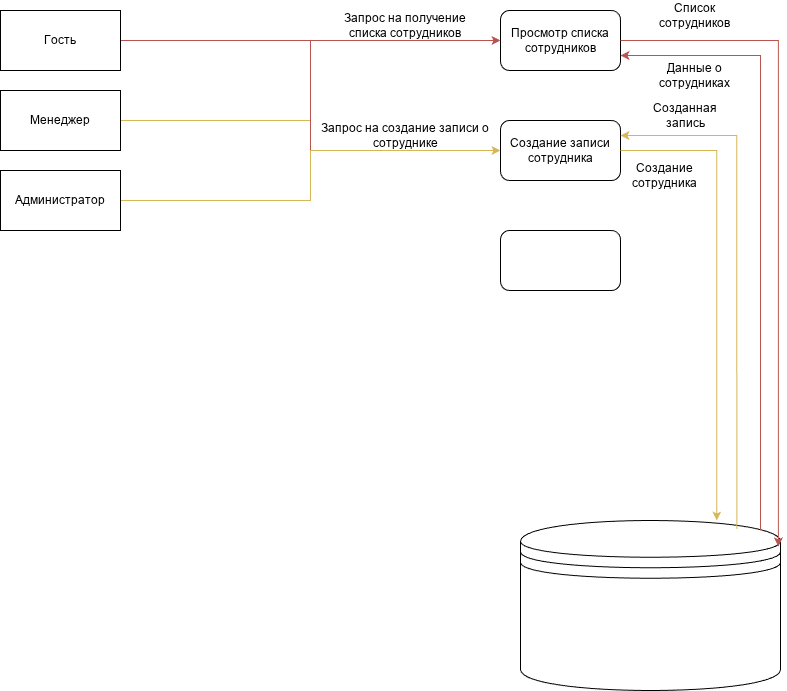
The draw.io diagram DFD-1.png in navi4351/examPM01, before a commit. Source tidied: cells renumbered, new cells last; positions are measured from the earlier drawing's top-left corner, leaving out a move shared by most shapes.
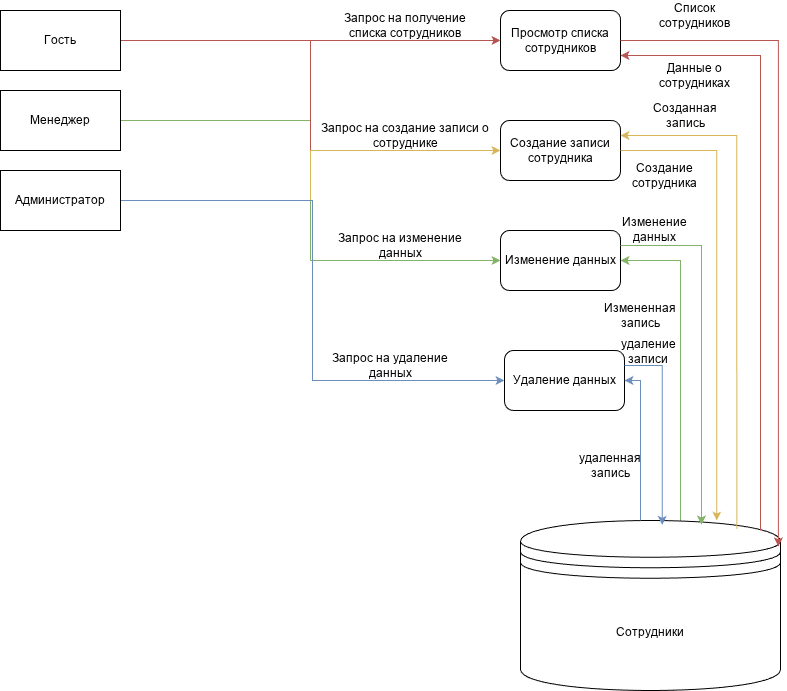
The same file after the commit.

Diff of the diagram source:
```diff
@@ -11,7 +11,7 @@
     <mxCell id="4" value="Просмотр списка сотрудников" style="rounded=1;whiteSpace=wrap;html=1;" parent="1" vertex="1">
       <mxGeometry x="500" y="10" width="120" height="60" as="geometry" />
     </mxCell>
-    <mxCell id="5" style="shape=datastore;whiteSpace=wrap;html=1;" parent="1" vertex="1">
+    <mxCell id="5" value="Сотрудники" style="shape=datastore;whiteSpace=wrap;html=1;" parent="1" vertex="1">
       <mxGeometry x="520" y="520" width="260" height="170" as="geometry" />
     </mxCell>
     <mxCell id="6" style="edgeStyle=orthogonalEdgeStyle;rounded=0;jettySize=auto;html=1;entryX=0.992;entryY=0.153;entryDx=0;entryDy=0;entryPerimeter=0;fillColor=#f8cecc;strokeColor=#b85450;" parent="1" edge="1" source="4" target="5">
@@ -30,6 +30,9 @@
     <mxCell id="9" style="edgeStyle=orthogonalEdgeStyle;rounded=0;jettySize=auto;html=1;entryX=0;entryY=0.5;entryDx=0;entryDy=0;fillColor=#fff2cc;strokeColor=#d6b656;" parent="1" edge="1" source="10" target="14">
       <mxGeometry relative="1" as="geometry" />
     </mxCell>
+    <mxCell id="24" style="edgeStyle=orthogonalEdgeStyle;rounded=0;jettySize=auto;html=1;entryX=0;entryY=0.5;entryDx=0;entryDy=0;fillColor=#d5e8d4;strokeColor=#82b366;" parent="1" edge="1" source="10" target="23">
+      <mxGeometry relative="1" as="geometry" />
+    </mxCell>
     <mxCell id="10" value="Менеджер" style="rounded=0;whiteSpace=wrap;html=1;" parent="1" vertex="1">
       <mxGeometry y="90" width="120" height="60" as="geometry" />
     </mxCell>
@@ -39,6 +42,12 @@
     <mxCell id="12" style="edgeStyle=orthogonalEdgeStyle;rounded=0;jettySize=auto;html=1;entryX=0;entryY=0.5;entryDx=0;entryDy=0;fillColor=#fff2cc;strokeColor=#d6b656;" parent="1" edge="1" source="13" target="14">
       <mxGeometry relative="1" as="geometry" />
     </mxCell>
+    <mxCell id="25" style="edgeStyle=orthogonalEdgeStyle;rounded=0;jettySize=auto;html=1;fillColor=#d5e8d4;strokeColor=#82b366;" parent="1" edge="1" source="13" target="23">
+      <mxGeometry relative="1" as="geometry" />
+    </mxCell>
+    <mxCell id="26" style="edgeStyle=orthogonalEdgeStyle;rounded=0;jettySize=auto;html=1;entryX=0;entryY=0.5;entryDx=0;entryDy=0;fillColor=#dae8fc;strokeColor=#6c8ebf;" parent="1" edge="1" source="13" target="32">
+      <mxGeometry relative="1" as="geometry" />
+    </mxCell>
     <mxCell id="13" value="Администратор" style="rounded=0;whiteSpace=wrap;html=1;" parent="1" vertex="1">
       <mxGeometry y="170" width="120" height="60" as="geometry" />
     </mxCell>
@@ -78,8 +87,51 @@
     <mxCell id="22" value="Созданная запись" style="text;html=1;whiteSpace=wrap;strokeColor=none;fillColor=none;align=center;verticalAlign=middle;rounded=0;" parent="1" vertex="1">
       <mxGeometry x="640" y="100" width="90" height="30" as="geometry" />
     </mxCell>
-    <mxCell id="23" style="rounded=1;whiteSpace=wrap;html=1;" parent="1" vertex="1">
+    <mxCell id="23" value="Изменение данных" style="rounded=1;whiteSpace=wrap;html=1;" parent="1" vertex="1">
       <mxGeometry x="500" y="230" width="120" height="60" as="geometry" />
     </mxCell>
+    <mxCell id="27" value="Запрос на изменение данных" style="text;html=1;whiteSpace=wrap;strokeColor=none;fillColor=none;align=center;verticalAlign=middle;rounded=0;" parent="1" vertex="1">
+      <mxGeometry x="330" y="230" width="140" height="30" as="geometry" />
+    </mxCell>
+    <mxCell id="28" style="edgeStyle=orthogonalEdgeStyle;rounded=0;jettySize=auto;html=1;exitX=1;exitY=0.25;exitDx=0;exitDy=0;entryX=0.696;entryY=0.024;entryDx=0;entryDy=0;entryPerimeter=0;fillColor=#d5e8d4;strokeColor=#82b366;" parent="1" edge="1" source="23" target="5">
+      <mxGeometry relative="1" as="geometry" />
+    </mxCell>
+    <mxCell id="29" style="endArrow=classic;html=1;rounded=0;entryX=1;entryY=0.5;entryDx=0;entryDy=0;edgeStyle=orthogonalEdgeStyle;fillColor=#d5e8d4;strokeColor=#82b366;" parent="1" edge="1" target="23">
+      <mxGeometry relative="1" as="geometry">
+        <mxPoint x="680" y="520" as="sourcePoint" />
+        <Array as="points">
+          <mxPoint x="680" y="260" />
+        </Array>
+      </mxGeometry>
+    </mxCell>
+    <mxCell id="30" value="Изменение данных" style="text;html=1;whiteSpace=wrap;strokeColor=none;fillColor=none;align=center;verticalAlign=middle;rounded=0;" parent="1" vertex="1">
+      <mxGeometry x="624" y="214" width="60" height="30" as="geometry" />
+    </mxCell>
+    <mxCell id="31" value="Измененная запись" style="text;html=1;whiteSpace=wrap;strokeColor=none;fillColor=none;align=center;verticalAlign=middle;rounded=0;" parent="1" vertex="1">
+      <mxGeometry x="610" y="300" width="60" height="30" as="geometry" />
+    </mxCell>
+    <mxCell id="32" value="Удаление данных" style="rounded=1;whiteSpace=wrap;html=1;" parent="1" vertex="1">
+      <mxGeometry x="504" y="350" width="120" height="60" as="geometry" />
+    </mxCell>
+    <mxCell id="33" style="edgeStyle=orthogonalEdgeStyle;rounded=0;jettySize=auto;html=1;exitX=1;exitY=0.25;exitDx=0;exitDy=0;entryX=0.545;entryY=0.026;entryDx=0;entryDy=0;entryPerimeter=0;fillColor=#dae8fc;strokeColor=#6c8ebf;" parent="1" edge="1" source="32" target="5">
+      <mxGeometry relative="1" as="geometry" />
+    </mxCell>
+    <mxCell id="34" style="endArrow=classic;html=1;rounded=0;entryX=1;entryY=0.5;entryDx=0;entryDy=0;edgeStyle=orthogonalEdgeStyle;fillColor=#dae8fc;strokeColor=#6c8ebf;" parent="1" edge="1" target="32">
+      <mxGeometry relative="1" as="geometry">
+        <mxPoint x="640" y="520" as="sourcePoint" />
+        <Array as="points">
+          <mxPoint x="640" y="380" />
+        </Array>
+      </mxGeometry>
+    </mxCell>
+    <mxCell id="35" value="Запрос на удаление данных" style="text;html=1;whiteSpace=wrap;strokeColor=none;fillColor=none;align=center;verticalAlign=middle;rounded=0;" parent="1" vertex="1">
+      <mxGeometry x="320" y="350" width="140" height="30" as="geometry" />
+    </mxCell>
+    <mxCell id="36" value="удаленная запись" style="text;html=1;whiteSpace=wrap;strokeColor=none;fillColor=none;align=center;verticalAlign=middle;rounded=0;" parent="1" vertex="1">
+      <mxGeometry x="580" y="450" width="60" height="30" as="geometry" />
+    </mxCell>
+    <mxCell id="37" value="удаление записи" style="text;html=1;whiteSpace=wrap;strokeColor=none;fillColor=none;align=center;verticalAlign=middle;rounded=0;" parent="1" vertex="1">
+      <mxGeometry x="618" y="336" width="60" height="30" as="geometry" />
+    </mxCell>
   </root>
 </mxGraphModel>
```
